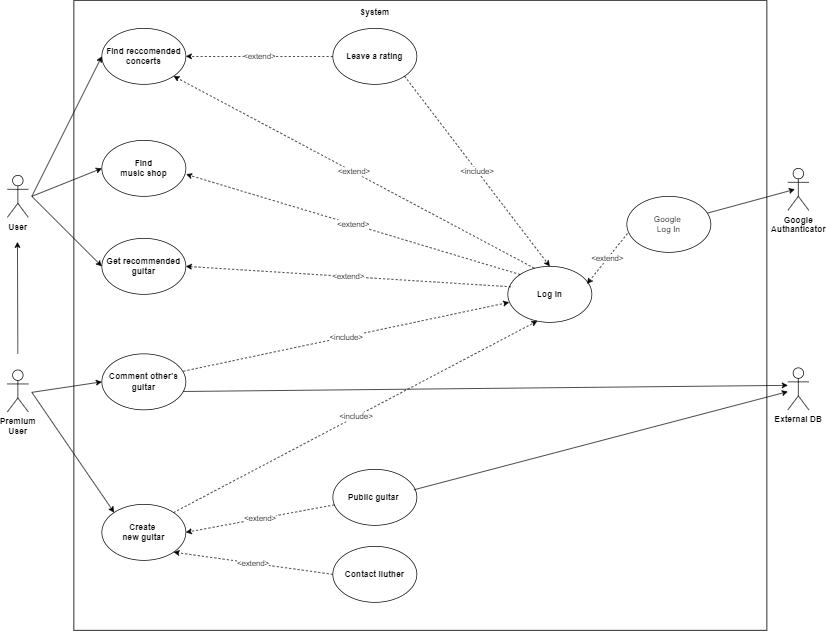
Above: Progetto.drawio .png in TizianoLilli/ISPW-Project (draw.io), before the change. Source tidied: cells renumbered, new cells last; positions are measured from the earlier drawing's top-left corner, leaving out a move shared by most shapes.
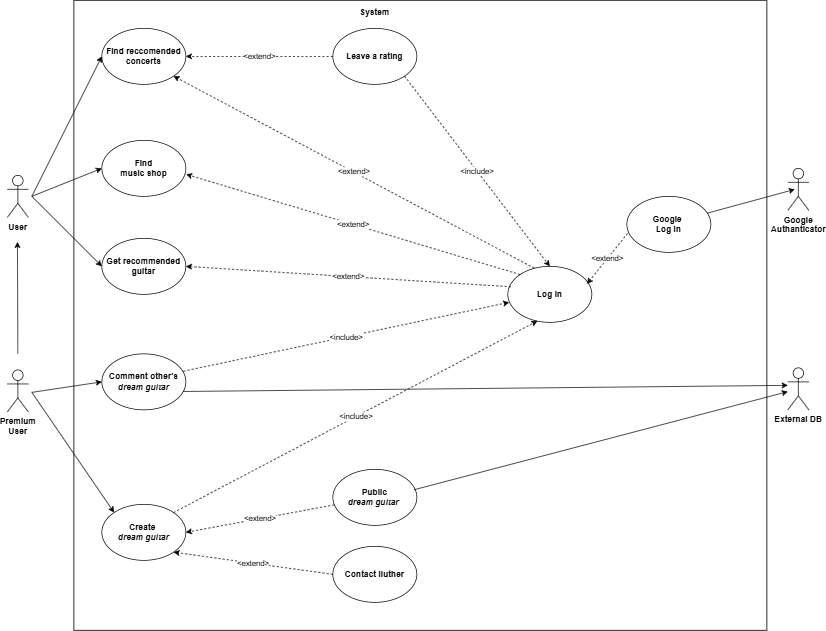
After the change.

What changed in the source:
```diff
@@ -14,7 +14,7 @@
     <mxCell id="5" value="&lt;b&gt;Log In&lt;/b&gt;" style="ellipse;whiteSpace=wrap;html=1;" parent="1" vertex="1">
       <mxGeometry x="715" y="380" width="120" height="80" as="geometry" />
     </mxCell>
-    <mxCell id="6" value="&lt;b&gt;Create&amp;nbsp;&lt;/b&gt;&lt;div&gt;&lt;b&gt;new&amp;nbsp;&lt;span style=&quot;background-color: initial;&quot;&gt;guitar&lt;/span&gt;&lt;/b&gt;&lt;/div&gt;" style="ellipse;whiteSpace=wrap;html=1;" parent="1" vertex="1">
+    <mxCell id="6" value="&lt;b&gt;Create&amp;nbsp;&lt;/b&gt;&lt;div&gt;&lt;b&gt;&lt;i&gt;dream&amp;nbsp;&lt;span style=&quot;background-color: initial;&quot;&gt;guitar&lt;/span&gt;&lt;/i&gt;&lt;/b&gt;&lt;/div&gt;" style="ellipse;whiteSpace=wrap;html=1;" parent="1" vertex="1">
       <mxGeometry x="135" y="720" width="120" height="80" as="geometry" />
     </mxCell>
     <mxCell id="7" style="endArrow=classic;html=1;rounded=0;entryX=0;entryY=0;entryDx=0;entryDy=0;" parent="1" edge="1" target="6">
@@ -64,7 +64,7 @@
     <mxCell id="19" value="&lt;b&gt;System&lt;/b&gt;&lt;div&gt;&lt;br&gt;&lt;/div&gt;" style="text;html=1;align=center;verticalAlign=middle;whiteSpace=wrap;rounded=0;" parent="1" vertex="1">
       <mxGeometry x="495" y="10" width="60" height="30" as="geometry" />
     </mxCell>
-    <mxCell id="20" value="&lt;b&gt;Comment other's&lt;/b&gt;&lt;div&gt;&lt;b&gt;guitar&lt;/b&gt;&lt;/div&gt;" style="ellipse;whiteSpace=wrap;html=1;" parent="1" vertex="1">
+    <mxCell id="20" value="&lt;b&gt;Comment other's&lt;/b&gt;&lt;div&gt;&lt;b&gt;&lt;i&gt;dream guitar&lt;/i&gt;&lt;/b&gt;&lt;/div&gt;" style="ellipse;whiteSpace=wrap;html=1;" parent="1" vertex="1">
       <mxGeometry x="135" y="505" width="120" height="80" as="geometry" />
     </mxCell>
     <mxCell id="21" style="endArrow=classic;html=1;rounded=0;entryX=0;entryY=0.5;entryDx=0;entryDy=0;" parent="1" edge="1" target="20">
@@ -78,7 +78,7 @@
     <mxCell id="23" value="&lt;span style=&quot;background-color: initial;&quot;&gt;&lt;b&gt;External DB&lt;/b&gt;&lt;/span&gt;" style="shape=umlActor;verticalLabelPosition=bottom;verticalAlign=top;html=1;outlineConnect=0;" parent="1" vertex="1">
       <mxGeometry x="1115" y="525" width="30" height="60" as="geometry" />
     </mxCell>
-    <mxCell id="24" value="&lt;b&gt;Public guitar&amp;nbsp;&lt;/b&gt;" style="ellipse;whiteSpace=wrap;html=1;" parent="1" vertex="1">
+    <mxCell id="24" value="&lt;b&gt;Public&lt;/b&gt;&lt;div&gt;&lt;b&gt;&lt;i&gt;dream guitar&lt;/i&gt;&amp;nbsp;&lt;/b&gt;&lt;/div&gt;" style="ellipse;whiteSpace=wrap;html=1;" parent="1" vertex="1">
       <mxGeometry x="465" y="670" width="120" height="80" as="geometry" />
     </mxCell>
     <mxCell id="25" value="&amp;lt;extend&amp;gt;" style="endArrow=classic;html=1;rounded=0;entryX=1;entryY=0.5;entryDx=0;entryDy=0;dashed=1;" parent="1" edge="1" source="24" target="6">
@@ -118,7 +118,7 @@
         <mxPoint x="14.4" y="345" as="targetPoint" />
       </mxGeometry>
     </mxCell>
-    <mxCell id="35" value="Google&amp;nbsp;&lt;div&gt;Log In&lt;/div&gt;" style="ellipse;whiteSpace=wrap;html=1;" parent="1" vertex="1">
+    <mxCell id="35" value="&lt;b&gt;Google&amp;nbsp;&lt;/b&gt;&lt;div&gt;&lt;b&gt;Log In&lt;/b&gt;&lt;/div&gt;" style="ellipse;whiteSpace=wrap;html=1;" parent="1" vertex="1">
       <mxGeometry x="885" y="280" width="120" height="80" as="geometry" />
     </mxCell>
     <mxCell id="36" value="&amp;lt;extend&amp;gt;" style="endArrow=classic;html=1;rounded=0;exitX=0.008;exitY=0.663;exitDx=0;exitDy=0;exitPerimeter=0;entryX=0.942;entryY=0.313;entryDx=0;entryDy=0;entryPerimeter=0;dashed=1;" parent="1" edge="1" source="35" target="5">
```
